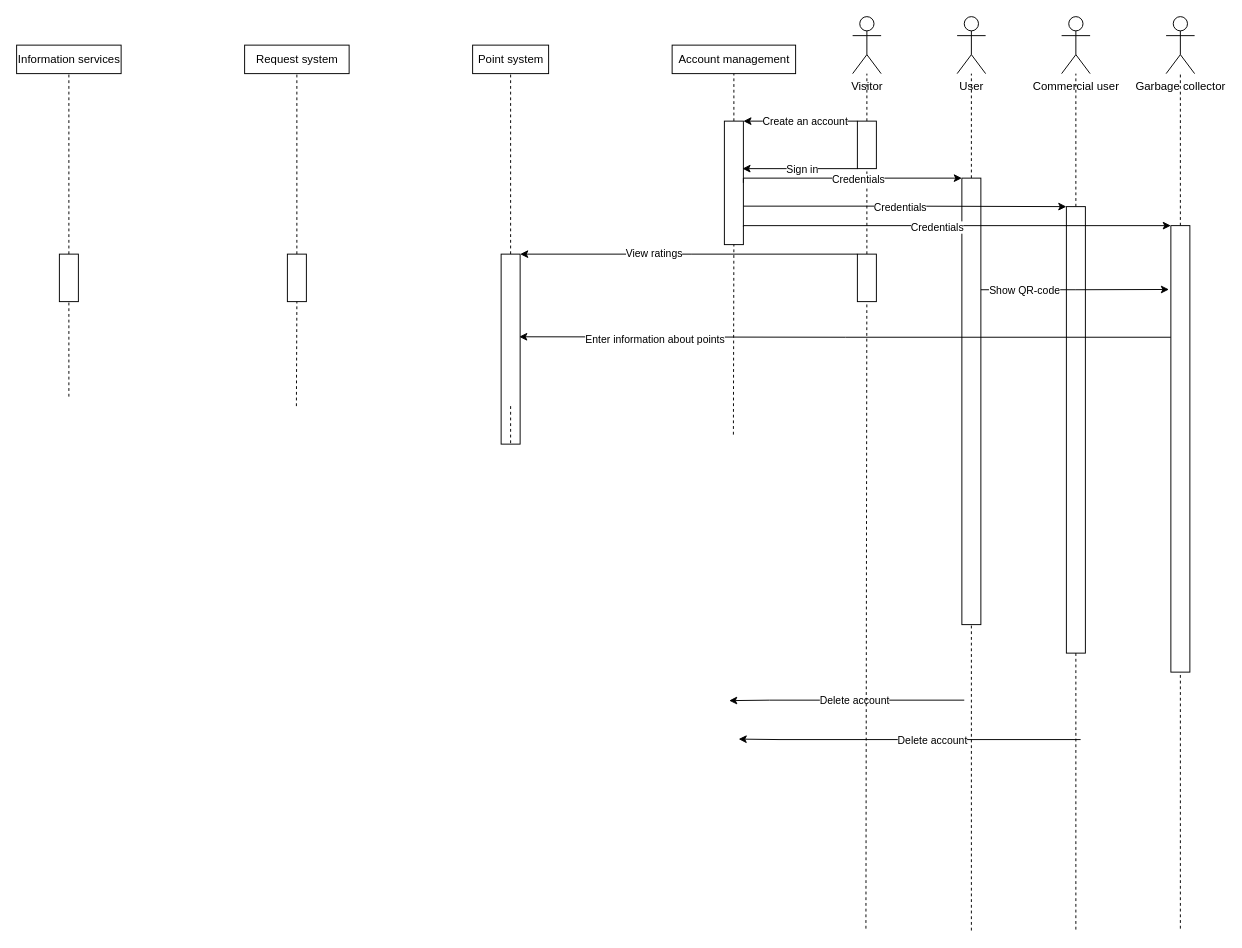
Earlier version of the draw.io diagram docs/Diagrams/Sequence Diagram.drawio (YuriyLisovskiy/EasyRecycle). Source tidied: cells renumbered, new cells numbered last; positions are measured from the earlier drawing's top-left corner, leaving out a move shared by most shapes. Both pictures are drawn from the tidied source at 95%, with x=0, y=0 at pixel (16, 16).
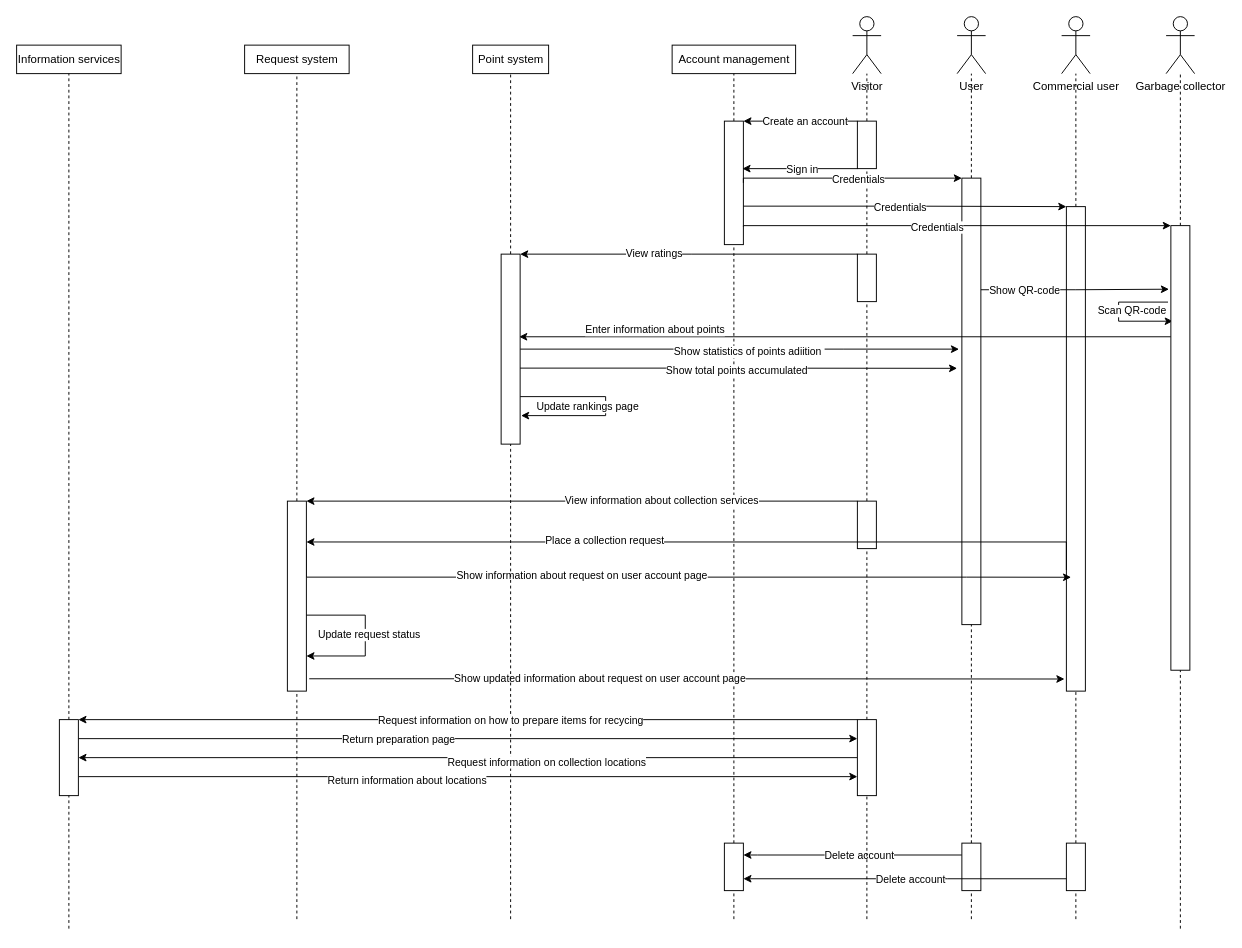
After the change.

The change refers to these unchanged cells:
```xml
<mxCell id="18" style="rounded=0;whiteSpace=wrap;html=1;" parent="1" vertex="1">
  <mxGeometry x="745" y="110" width="20" height="130" as="geometry" />
</mxCell>
<mxCell id="30" style="rounded=0;whiteSpace=wrap;html=1;" parent="1" vertex="1">
  <mxGeometry x="995" y="170" width="20" height="470" as="geometry" />
</mxCell>
<mxCell id="38" style="edgeStyle=orthogonalEdgeStyle;rounded=0;jettySize=auto;html=1;exitX=0;exitY=0.25;exitDx=0;exitDy=0;entryX=0.95;entryY=0.435;entryDx=0;entryDy=0;entryPerimeter=0;" parent="1" edge="1" source="40" target="50">
  <mxGeometry relative="1" as="geometry" />
</mxCell>
<mxCell id="46" style="rounded=0;whiteSpace=wrap;html=1;" parent="1" vertex="1">
  <mxGeometry x="885" y="250" width="20" height="50" as="geometry" />
</mxCell>
<mxCell id="50" style="rounded=0;whiteSpace=wrap;html=1;" parent="1" vertex="1">
  <mxGeometry x="510" y="250" width="20" height="200" as="geometry" />
</mxCell>
```

The edit, as a diff of the source:
```diff
@@
-    <mxCell id="19" style="endArrow=none;dashed=1;html=1;entryX=0.5;entryY=1;entryDx=0;entryDy=0;" parent="1" edge="1" target="18">
-      <mxGeometry relative="1" as="geometry">
-        <mxPoint x="754.5" y="440" as="sourcePoint" />
-      </mxGeometry>
+    <mxCell id="19" style="endArrow=none;dashed=1;html=1;entryX=0.5;entryY=1;entryDx=0;entryDy=0;" parent="1" edge="1" source="85" target="18">
+      <mxGeometry relative="1" as="geometry" />
     </mxCell>
@@
-    <mxCell id="24" style="edgeStyle=orthogonalEdgeStyle;rounded=0;orthogonalLoop=1;jettySize=auto;html=1;exitX=1;exitY=0.75;exitDx=0;exitDy=0;" parent="1" edge="1">
+    <mxCell id="24" style="edgeStyle=orthogonalEdgeStyle;rounded=0;jettySize=auto;html=1;exitX=0;exitY=0.25;exitDx=0;exitDy=0;entryX=1;entryY=0.25;entryDx=0;entryDy=0;" parent="1" edge="1" source="87" target="85">
       <mxGeometry relative="1" as="geometry">
-        <mxPoint x="997.5" y="719.5" as="sourcePoint" />
-        <mxPoint x="750" y="720" as="targetPoint" />
         <Array as="points">
-          <mxPoint x="792.5" y="720" />
+          <mxPoint x="780" y="883" />
         </Array>
       </mxGeometry>
     </mxCell>
@@
-    <mxCell id="26" style="edgeStyle=orthogonalEdgeStyle;rounded=0;orthogonalLoop=1;jettySize=auto;html=1;" parent="1" edge="1">
-      <mxGeometry relative="1" as="geometry">
-        <mxPoint x="1120" y="761" as="sourcePoint" />
-        <mxPoint x="760" y="760.5" as="targetPoint" />
-        <Array as="points">
-          <mxPoint x="802.5" y="760.5" />
-        </Array>
-      </mxGeometry>
-    </mxCell>
-    <mxCell id="27" value="Delete account" style="edgeLabel;html=1;align=center;verticalAlign=middle;" parent="26" vertex="1">
-      <mxGeometry x="-0.26" relative="1" as="geometry">
-        <mxPoint x="-24" as="offset" />
-      </mxGeometry>
-    </mxCell>
@@
-    <mxCell id="31" style="endArrow=none;dashed=1;html=1;" parent="1" edge="1" target="30">
-      <mxGeometry relative="1" as="geometry">
-        <mxPoint x="1005" y="962" as="sourcePoint" />
-      </mxGeometry>
+    <mxCell id="31" style="endArrow=none;dashed=1;html=1;" parent="1" edge="1" source="87" target="30">
+      <mxGeometry relative="1" as="geometry" />
     </mxCell>
     <mxCell id="32" style="rounded=0;whiteSpace=wrap;html=1;" parent="1" vertex="1">
-      <mxGeometry x="1105" y="200" width="20" height="470" as="geometry" />
+      <mxGeometry x="1105" y="200" width="20" height="510" as="geometry" />
     </mxCell>
-    <mxCell id="33" style="endArrow=none;dashed=1;html=1;" parent="1" edge="1" target="32">
-      <mxGeometry relative="1" as="geometry">
-        <mxPoint x="1115" y="961" as="sourcePoint" />
-      </mxGeometry>
+    <mxCell id="33" style="endArrow=none;dashed=1;html=1;" parent="1" edge="1" source="89" target="32">
+      <mxGeometry relative="1" as="geometry" />
     </mxCell>
@@
     <mxCell id="39" value="Enter information about points" style="edgeLabel;html=1;align=center;verticalAlign=middle;labelBorderColor=none;" parent="38" vertex="1">
       <mxGeometry x="-0.28" y="2" relative="1" as="geometry">
-        <mxPoint x="-297" as="offset" />
+        <mxPoint x="-297" y="-9.5" as="offset" />
       </mxGeometry>
     </mxCell>
+    <mxCell id="56" style="edgeStyle=orthogonalEdgeStyle;rounded=0;orthogonalLoop=1;jettySize=auto;html=1;exitX=-0.15;exitY=0.172;exitDx=0;exitDy=0;exitPerimeter=0;entryX=0.1;entryY=0.215;entryDx=0;entryDy=0;entryPerimeter=0;" parent="1" edge="1" source="40" target="40">
+      <mxGeometry relative="1" as="geometry">
+        <Array as="points">
+          <mxPoint x="1160" y="301" />
+          <mxPoint x="1160" y="321" />
+        </Array>
+      </mxGeometry>
+    </mxCell>
+    <mxCell id="57" value="Scan QR-code" style="edgeLabel;html=1;align=center;verticalAlign=middle;" parent="56" vertex="1">
+      <mxGeometry x="0.21" y="-2" relative="1" as="geometry">
+        <mxPoint x="7.3" y="-13.1" as="offset" />
+      </mxGeometry>
+    </mxCell>
     <mxCell id="40" style="rounded=0;whiteSpace=wrap;html=1;" parent="1" vertex="1">
-      <mxGeometry x="1215" y="220" width="20" height="470" as="geometry" />
+      <mxGeometry x="1215" y="220" width="20" height="468" as="geometry" />
     </mxCell>
@@
-    <mxCell id="47" style="endArrow=none;dashed=1;html=1;" parent="1" edge="1" target="46">
-      <mxGeometry relative="1" as="geometry">
-        <mxPoint x="894" y="960" as="sourcePoint" />
-      </mxGeometry>
+    <mxCell id="47" style="endArrow=none;dashed=1;html=1;" parent="1" edge="1" source="73" target="46">
+      <mxGeometry relative="1" as="geometry" />
     </mxCell>
+    <mxCell id="58" style="edgeStyle=orthogonalEdgeStyle;rounded=0;jettySize=auto;html=1;exitX=1;exitY=0.25;exitDx=0;exitDy=0;entryX=0.25;entryY=0.765;entryDx=0;entryDy=0;entryPerimeter=0;" parent="1" edge="1" source="48" target="32">
+      <mxGeometry relative="1" as="geometry">
+        <Array as="points">
+          <mxPoint x="1000" y="590" />
+          <mxPoint x="1000" y="590" />
+        </Array>
+      </mxGeometry>
+    </mxCell>
+    <mxCell id="59" value="Show information about request on user account page" style="edgeLabel;html=1;align=center;verticalAlign=middle;" parent="58" vertex="1">
+      <mxGeometry x="-0.25" y="3" relative="1" as="geometry">
+        <mxPoint x="6" as="offset" />
+      </mxGeometry>
+    </mxCell>
+    <mxCell id="60" style="edgeStyle=orthogonalEdgeStyle;rounded=0;jettySize=auto;html=1;exitX=1.15;exitY=0.935;exitDx=0;exitDy=0;entryX=-0.1;entryY=0.975;entryDx=0;entryDy=0;entryPerimeter=0;exitPerimeter=0;" parent="1" edge="1" source="48" target="32">
+      <mxGeometry relative="1" as="geometry" />
+    </mxCell>
+    <mxCell id="61" value="Show updated information about request on user account page" style="edgeLabel;html=1;align=center;verticalAlign=middle;" parent="60" vertex="1">
+      <mxGeometry x="-0.23" y="1" relative="1" as="geometry">
+        <mxPoint x="-1" as="offset" />
+      </mxGeometry>
+    </mxCell>
     <mxCell id="48" style="rounded=0;whiteSpace=wrap;html=1;" parent="1" vertex="1">
-      <mxGeometry x="285" y="250" width="20" height="50" as="geometry" />
+      <mxGeometry x="285" y="510" width="20" height="200" as="geometry" />
     </mxCell>
     <mxCell id="49" style="endArrow=none;dashed=1;html=1;entryX=0.5;entryY=1;entryDx=0;entryDy=0;" parent="1" edge="1" target="48">
       <mxGeometry relative="1" as="geometry">
-        <mxPoint x="294.5" y="410" as="sourcePoint" />
+        <mxPoint x="295" y="950" as="sourcePoint" />
       </mxGeometry>
     </mxCell>
+    <mxCell id="62" style="edgeStyle=orthogonalEdgeStyle;rounded=0;jettySize=auto;html=1;exitX=1;exitY=0.5;exitDx=0;exitDy=0;entryX=-0.15;entryY=0.383;entryDx=0;entryDy=0;entryPerimeter=0;" parent="1" edge="1" source="50" target="30">
+      <mxGeometry relative="1" as="geometry">
+        <Array as="points">
+          <mxPoint x="870" y="350" />
+          <mxPoint x="870" y="350" />
+        </Array>
+      </mxGeometry>
+    </mxCell>
+    <mxCell id="63" value="Show statistics of points adiition&amp;nbsp;" style="edgeLabel;html=1;align=center;verticalAlign=middle;" parent="62" vertex="1">
+      <mxGeometry x="0.23" y="-2" relative="1" as="geometry">
+        <mxPoint x="-44" as="offset" />
+      </mxGeometry>
+    </mxCell>
+    <mxCell id="64" style="edgeStyle=orthogonalEdgeStyle;rounded=0;orthogonalLoop=1;jettySize=auto;html=1;exitX=1;exitY=0.75;exitDx=0;exitDy=0;entryX=1.05;entryY=0.85;entryDx=0;entryDy=0;entryPerimeter=0;" parent="1" edge="1" source="50" target="50">
+      <mxGeometry relative="1" as="geometry">
+        <Array as="points">
+          <mxPoint x="620" y="400" />
+          <mxPoint x="620" y="420" />
+        </Array>
+      </mxGeometry>
+    </mxCell>
+    <mxCell id="65" value="Update rankings page" style="edgeLabel;html=1;align=center;verticalAlign=middle;" parent="64" vertex="1">
+      <mxGeometry x="0.37" y="1" relative="1" as="geometry">
+        <mxPoint x="6" y="-11" as="offset" />
+      </mxGeometry>
+    </mxCell>
@@
     <mxCell id="51" style="endArrow=none;dashed=1;html=1;entryX=0.5;entryY=1;entryDx=0;entryDy=0;" parent="1" edge="1" target="50">
       <mxGeometry relative="1" as="geometry">
-        <mxPoint x="520" y="410" as="sourcePoint" />
+        <mxPoint x="520" y="950" as="sourcePoint" />
       </mxGeometry>
     </mxCell>
+    <mxCell id="66" style="edgeStyle=orthogonalEdgeStyle;rounded=0;jettySize=auto;html=1;exitX=1;exitY=0.25;exitDx=0;exitDy=0;entryX=0;entryY=0.25;entryDx=0;entryDy=0;" parent="1" edge="1" source="52" target="83">
+      <mxGeometry relative="1" as="geometry" />
+    </mxCell>
+    <mxCell id="67" value="Return preparation page" style="edgeLabel;html=1;align=center;verticalAlign=middle;" parent="66" vertex="1">
+      <mxGeometry x="-0.18" relative="1" as="geometry" />
+    </mxCell>
+    <mxCell id="68" style="edgeStyle=orthogonalEdgeStyle;rounded=0;jettySize=auto;html=1;exitX=1;exitY=0.75;exitDx=0;exitDy=0;entryX=0;entryY=0.75;entryDx=0;entryDy=0;" parent="1" edge="1" source="52" target="83">
+      <mxGeometry relative="1" as="geometry" />
+    </mxCell>
+    <mxCell id="69" value="Return information about locations" style="edgeLabel;html=1;align=center;verticalAlign=middle;" parent="68" vertex="1">
+      <mxGeometry x="-0.34" y="-3" relative="1" as="geometry">
+        <mxPoint x="74" as="offset" />
+      </mxGeometry>
+    </mxCell>
     <mxCell id="52" style="rounded=0;whiteSpace=wrap;html=1;" parent="1" vertex="1">
-      <mxGeometry x="45" y="250" width="20" height="50" as="geometry" />
+      <mxGeometry x="45" y="740" width="20" height="80" as="geometry" />
     </mxCell>
     <mxCell id="53" style="endArrow=none;dashed=1;html=1;entryX=0.5;entryY=1;entryDx=0;entryDy=0;" parent="1" edge="1" target="52">
       <mxGeometry relative="1" as="geometry">
-        <mxPoint x="55" y="400" as="sourcePoint" />
+        <mxPoint x="55" y="960" as="sourcePoint" />
       </mxGeometry>
     </mxCell>
@@
+    <mxCell id="70" style="edgeStyle=orthogonalEdgeStyle;rounded=0;jettySize=auto;html=1;exitX=1;exitY=0.6;exitDx=0;exitDy=0;exitPerimeter=0;entryX=-0.25;entryY=0.426;entryDx=0;entryDy=0;entryPerimeter=0;" parent="1" edge="1" source="50" target="30">
+      <mxGeometry relative="1" as="geometry" />
+    </mxCell>
+    <mxCell id="71" value="Show total points accumulated" style="edgeLabel;html=1;align=center;verticalAlign=middle;" parent="70" vertex="1">
+      <mxGeometry x="0.23" y="-2" relative="1" as="geometry">
+        <mxPoint x="-55.7" as="offset" />
+      </mxGeometry>
+    </mxCell>
+    <mxCell id="72" value="View information about collection services" style="edgeStyle=orthogonalEdgeStyle;rounded=0;jettySize=auto;html=1;exitX=0;exitY=0;exitDx=0;exitDy=0;entryX=1;entryY=0;entryDx=0;entryDy=0;" parent="1" edge="1" source="73" target="48">
+      <mxGeometry x="-0.29" relative="1" as="geometry">
+        <Array as="points">
+          <mxPoint x="590" y="510" />
+          <mxPoint x="590" y="510" />
+        </Array>
+      </mxGeometry>
+    </mxCell>
+    <mxCell id="73" style="rounded=0;whiteSpace=wrap;html=1;" parent="1" vertex="1">
+      <mxGeometry x="885" y="510" width="20" height="50" as="geometry" />
+    </mxCell>
+    <mxCell id="74" style="endArrow=none;dashed=1;html=1;" parent="1" edge="1" source="83" target="73">
+      <mxGeometry relative="1" as="geometry" />
+    </mxCell>
+    <mxCell id="75" style="edgeStyle=orthogonalEdgeStyle;rounded=0;jettySize=auto;html=1;exitX=0;exitY=0.75;exitDx=0;exitDy=0;entryX=1;entryY=0.215;entryDx=0;entryDy=0;entryPerimeter=0;" parent="1" edge="1" source="32" target="48">
+      <mxGeometry relative="1" as="geometry">
+        <Array as="points">
+          <mxPoint x="1105" y="553" />
+        </Array>
+      </mxGeometry>
+    </mxCell>
+    <mxCell id="76" value="Place a collection request" style="edgeLabel;html=1;align=center;verticalAlign=middle;" parent="75" vertex="1">
+      <mxGeometry x="0.35" y="-2" relative="1" as="geometry">
+        <mxPoint x="44" as="offset" />
+      </mxGeometry>
+    </mxCell>
+    <mxCell id="77" style="edgeStyle=orthogonalEdgeStyle;rounded=0;orthogonalLoop=1;jettySize=auto;html=1;exitX=1.15;exitY=0.6;exitDx=0;exitDy=0;exitPerimeter=0;entryX=1.15;entryY=0.815;entryDx=0;entryDy=0;entryPerimeter=0;" parent="1" edge="1">
+      <mxGeometry relative="1" as="geometry">
+        <mxPoint x="305" y="630" as="sourcePoint" />
+        <mxPoint x="305" y="673" as="targetPoint" />
+        <Array as="points">
+          <mxPoint x="367" y="630" />
+          <mxPoint x="367" y="673" />
+        </Array>
+      </mxGeometry>
+    </mxCell>
+    <mxCell id="78" value="Update request status" style="edgeLabel;html=1;align=center;verticalAlign=middle;" parent="77" vertex="1">
+      <mxGeometry x="-0.32" y="1" relative="1" as="geometry">
+        <mxPoint x="8" y="21" as="offset" />
+      </mxGeometry>
+    </mxCell>
+    <mxCell id="79" style="edgeStyle=orthogonalEdgeStyle;rounded=0;jettySize=auto;html=1;exitX=0;exitY=0;exitDx=0;exitDy=0;entryX=1;entryY=0;entryDx=0;entryDy=0;" parent="1" edge="1" source="83" target="52">
+      <mxGeometry relative="1" as="geometry">
+        <Array as="points">
+          <mxPoint x="470" y="740" />
+          <mxPoint x="470" y="740" />
+        </Array>
+      </mxGeometry>
+    </mxCell>
+    <mxCell id="80" value="Request information on how to prepare items for recycing" style="edgeLabel;html=1;align=center;verticalAlign=middle;" parent="79" vertex="1">
+      <mxGeometry x="-0.27" y="5" relative="1" as="geometry">
+        <mxPoint x="-67" y="-5" as="offset" />
+      </mxGeometry>
+    </mxCell>
+    <mxCell id="81" style="edgeStyle=orthogonalEdgeStyle;rounded=0;jettySize=auto;html=1;exitX=0;exitY=0.5;exitDx=0;exitDy=0;entryX=1;entryY=0.5;entryDx=0;entryDy=0;" parent="1" edge="1" source="83" target="52">
+      <mxGeometry relative="1" as="geometry" />
+    </mxCell>
+    <mxCell id="82" value="Request information on collection locations" style="edgeLabel;html=1;align=center;verticalAlign=middle;" parent="81" vertex="1">
+      <mxGeometry x="-0.2" y="4" relative="1" as="geometry" />
+    </mxCell>
+    <mxCell id="83" style="rounded=0;whiteSpace=wrap;html=1;" parent="1" vertex="1">
+      <mxGeometry x="885" y="740" width="20" height="80" as="geometry" />
+    </mxCell>
+    <mxCell id="84" style="endArrow=none;dashed=1;html=1;" parent="1" edge="1" target="83">
+      <mxGeometry relative="1" as="geometry">
+        <mxPoint x="895" y="950" as="sourcePoint" />
+      </mxGeometry>
+    </mxCell>
+    <mxCell id="85" style="rounded=0;whiteSpace=wrap;html=1;" parent="1" vertex="1">
+      <mxGeometry x="745" y="870" width="20" height="50" as="geometry" />
+    </mxCell>
+    <mxCell id="86" style="endArrow=none;dashed=1;html=1;entryX=0.5;entryY=1;entryDx=0;entryDy=0;" parent="1" edge="1" target="85">
+      <mxGeometry relative="1" as="geometry">
+        <mxPoint x="755" y="950" as="sourcePoint" />
+      </mxGeometry>
+    </mxCell>
+    <mxCell id="87" style="rounded=0;whiteSpace=wrap;html=1;" parent="1" vertex="1">
+      <mxGeometry x="995" y="870" width="20" height="50" as="geometry" />
+    </mxCell>
+    <mxCell id="88" style="endArrow=none;dashed=1;html=1;" parent="1" edge="1" target="87">
+      <mxGeometry relative="1" as="geometry">
+        <mxPoint x="1005" y="950" as="sourcePoint" />
+      </mxGeometry>
+    </mxCell>
+    <mxCell id="89" style="rounded=0;whiteSpace=wrap;html=1;" parent="1" vertex="1">
+      <mxGeometry x="1105" y="870" width="20" height="50" as="geometry" />
+    </mxCell>
+    <mxCell id="90" style="endArrow=none;dashed=1;html=1;" parent="1" edge="1" target="89">
+      <mxGeometry relative="1" as="geometry">
+        <mxPoint x="1115" y="950" as="sourcePoint" />
+      </mxGeometry>
+    </mxCell>
+    <mxCell id="26" style="edgeStyle=orthogonalEdgeStyle;rounded=0;jettySize=auto;html=1;entryX=1;entryY=0.75;entryDx=0;entryDy=0;exitX=0;exitY=0.75;exitDx=0;exitDy=0;" parent="1" edge="1" source="89" target="85">
+      <mxGeometry relative="1" as="geometry">
+        <Array as="points">
+          <mxPoint x="980" y="908" />
+          <mxPoint x="980" y="908" />
+        </Array>
+      </mxGeometry>
+    </mxCell>
+    <mxCell id="27" value="Delete account" style="edgeLabel;html=1;align=center;verticalAlign=middle;" parent="26" vertex="1">
+      <mxGeometry x="-0.26" relative="1" as="geometry">
+        <mxPoint x="-39" as="offset" />
+      </mxGeometry>
+    </mxCell>
```
